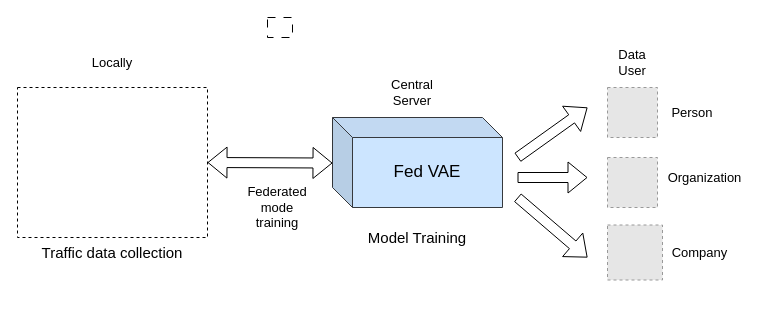
This is 未命名绘图.drawio from CharlotteE67/CharlotteE67.github.io, a draw.io file, before an edit. Source tidied: cells renumbered, new cells numbered last; positions are measured from the earlier drawing's top-left corner, leaving out a move shared by most shapes. Both pictures are drawn from the tidied source at 100%, with x=0, y=0 at pixel (17, 17). Pictures stored in the file or linked from it are replaced by grey dashed boxes.
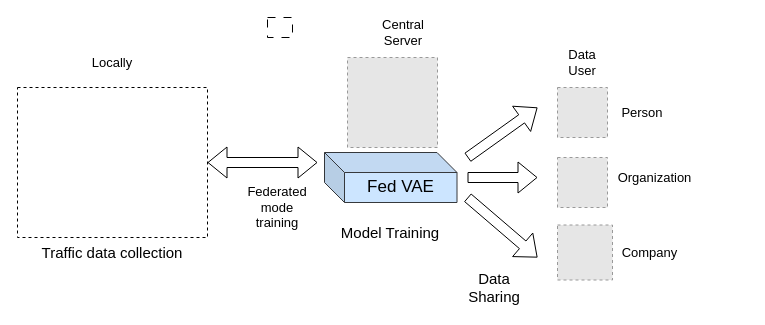
Above is the later version.

Commit message (it also covers changes not shown here):
更新未命名绘图.drawio

The change refers to these unchanged cells:
```xml
<mxCell id="2" style="rounded=0;whiteSpace=wrap;html=1;dashed=1;" parent="1" vertex="1">
  <mxGeometry y="70" width="190" height="150" as="geometry" />
</mxCell>
```

What changed in the source:
```diff
@@
     <mxCell id="4" value="&lt;font style=&quot;font-size: 17px;&quot;&gt;Fed VAE&lt;/font&gt;" style="shape=cube;whiteSpace=wrap;html=1;boundedLbl=1;backgroundOutline=1;darkOpacity=0.05;darkOpacity2=0.1;fillColor=#cce5ff;strokeColor=#36393d;" parent="1" vertex="1">
-      <mxGeometry x="315" y="100" width="170" height="90" as="geometry" />
+      <mxGeometry x="307" y="135" width="132.5" height="50" as="geometry" />
     </mxCell>
-    <mxCell id="5" value="&lt;font style=&quot;font-size: 15px;&quot;&gt;Model Training&lt;/font&gt;" style="text;html=1;strokeColor=none;fillColor=none;align=center;verticalAlign=middle;whiteSpace=wrap;rounded=0;" parent="1" vertex="1">
-      <mxGeometry x="320" y="205" width="160" height="30" as="geometry" />
+    <mxCell id="5" value="&lt;font style=&quot;font-size: 15px;&quot;&gt;Model Training&lt;br&gt;&lt;/font&gt;" style="text;html=1;strokeColor=none;fillColor=none;align=center;verticalAlign=middle;whiteSpace=wrap;rounded=0;" parent="1" vertex="1">
+      <mxGeometry x="293.2" y="200" width="160" height="30" as="geometry" />
     </mxCell>
-    <mxCell id="6" style="shape=flexArrow;endArrow=classic;startArrow=classic;html=1;rounded=0;entryX=0;entryY=0.506;entryDx=0;entryDy=0;entryPerimeter=0;exitX=1;exitY=0.5;exitDx=0;exitDy=0;" parent="1" edge="1" source="2" target="4">
-      <mxGeometry relative="1" as="geometry" />
+    <mxCell id="6" style="shape=flexArrow;endArrow=classic;startArrow=classic;html=1;rounded=0;exitX=1;exitY=0.5;exitDx=0;exitDy=0;" parent="1" edge="1" source="2">
+      <mxGeometry relative="1" as="geometry">
+        <mxPoint x="300" y="145" as="targetPoint" />
+      </mxGeometry>
     </mxCell>
@@
     <mxCell id="8" value="&lt;font style=&quot;font-size: 13px;&quot;&gt;Central Server&lt;/font&gt;" style="text;html=1;strokeColor=none;fillColor=none;align=center;verticalAlign=middle;whiteSpace=wrap;rounded=0;" parent="1" vertex="1">
-      <mxGeometry x="365" y="60" width="60" height="30" as="geometry" />
+      <mxGeometry x="356.2" width="60" height="30" as="geometry" />
     </mxCell>
@@
     <mxCell id="10" style="shape=flexArrow;endArrow=classic;html=1;rounded=0;" parent="1" edge="1">
       <mxGeometry relative="1" as="geometry">
-        <mxPoint x="500" y="140" as="sourcePoint" />
-        <mxPoint x="570" y="90" as="targetPoint" />
+        <mxPoint x="450" y="140" as="sourcePoint" />
+        <mxPoint x="520" y="90" as="targetPoint" />
       </mxGeometry>
     </mxCell>
     <mxCell id="11" style="shape=flexArrow;endArrow=classic;html=1;rounded=0;" parent="1" edge="1">
       <mxGeometry relative="1" as="geometry">
-        <mxPoint x="500" y="180" as="sourcePoint" />
-        <mxPoint x="570" y="240" as="targetPoint" />
+        <mxPoint x="450" y="180" as="sourcePoint" />
+        <mxPoint x="520" y="240" as="targetPoint" />
       </mxGeometry>
     </mxCell>
     <mxCell id="12" style="shape=flexArrow;endArrow=classic;html=1;rounded=0;" parent="1" edge="1">
       <mxGeometry relative="1" as="geometry">
-        <mxPoint x="500" y="160" as="sourcePoint" />
-        <mxPoint x="570" y="160" as="targetPoint" />
+        <mxPoint x="450" y="160" as="sourcePoint" />
+        <mxPoint x="520" y="160" as="targetPoint" />
       </mxGeometry>
     </mxCell>
     <mxCell id="13" value="&lt;font style=&quot;font-size: 13px;&quot;&gt;Data&lt;br&gt;User&lt;br&gt;&lt;/font&gt;" style="text;html=1;strokeColor=none;fillColor=none;align=center;verticalAlign=middle;whiteSpace=wrap;rounded=0;" parent="1" vertex="1">
-      <mxGeometry x="585" y="30" width="60" height="30" as="geometry" />
+      <mxGeometry x="535" y="30" width="60" height="30" as="geometry" />
     </mxCell>
@@
     <mxCell id="15" style="fillColor=#E6E6E6;strokeColor=#999999;dashed=1;verticalLabelPosition=bottom;labelBackgroundColor=default;verticalAlign=top;" parent="1" vertex="1">
-      <mxGeometry x="590" y="70" width="50" height="50" as="geometry" />
+      <mxGeometry x="540" y="70" width="50" height="50" as="geometry" />
     </mxCell>
     <mxCell id="16" style="fillColor=#E6E6E6;strokeColor=#999999;dashed=1;verticalLabelPosition=bottom;labelBackgroundColor=default;verticalAlign=top;" parent="1" vertex="1">
-      <mxGeometry x="590" y="140" width="50" height="50" as="geometry" />
+      <mxGeometry x="540" y="140" width="50" height="50" as="geometry" />
     </mxCell>
     <mxCell id="17" style="fillColor=#E6E6E6;strokeColor=#999999;dashed=1;verticalLabelPosition=bottom;labelBackgroundColor=default;verticalAlign=top;" parent="1" vertex="1">
-      <mxGeometry x="590" y="207.5" width="55" height="55" as="geometry" />
+      <mxGeometry x="540" y="207.5" width="55" height="55" as="geometry" />
     </mxCell>
     <mxCell id="18" value="&lt;font style=&quot;font-size: 13px;&quot;&gt;Person&lt;/font&gt;" style="text;html=1;strokeColor=none;fillColor=none;align=center;verticalAlign=middle;whiteSpace=wrap;rounded=0;" parent="1" vertex="1">
-      <mxGeometry x="645" y="80" width="60" height="30" as="geometry" />
+      <mxGeometry x="595" y="80" width="60" height="30" as="geometry" />
     </mxCell>
     <mxCell id="19" value="&lt;font style=&quot;font-size: 13px;&quot;&gt;Organization&lt;/font&gt;" style="text;html=1;strokeColor=none;fillColor=none;align=center;verticalAlign=middle;whiteSpace=wrap;rounded=0;" parent="1" vertex="1">
-      <mxGeometry x="645" y="145" width="85" height="30" as="geometry" />
+      <mxGeometry x="595" y="145" width="85" height="30" as="geometry" />
     </mxCell>
     <mxCell id="20" value="&lt;font style=&quot;font-size: 13px;&quot;&gt;Company&lt;/font&gt;" style="text;html=1;strokeColor=none;fillColor=none;align=center;verticalAlign=middle;whiteSpace=wrap;rounded=0;" parent="1" vertex="1">
-      <mxGeometry x="645" y="220" width="75" height="30" as="geometry" />
+      <mxGeometry x="595" y="220" width="75" height="30" as="geometry" />
     </mxCell>
+    <mxCell id="21" style="fillColor=#E6E6E6;strokeColor=#999999;dashed=1;verticalLabelPosition=bottom;labelBackgroundColor=default;verticalAlign=top;" parent="1" vertex="1">
+      <mxGeometry x="330" y="40" width="90" height="90" as="geometry" />
+    </mxCell>
+    <mxCell id="22" value="&lt;font style=&quot;font-size: 15px;&quot;&gt;Data&lt;br&gt;Sharing&lt;br&gt;&lt;/font&gt;" style="text;html=1;strokeColor=none;fillColor=none;align=center;verticalAlign=middle;whiteSpace=wrap;rounded=0;" parent="1" vertex="1">
+      <mxGeometry x="439.5" y="250" width="73.8" height="40" as="geometry" />
+    </mxCell>
```
